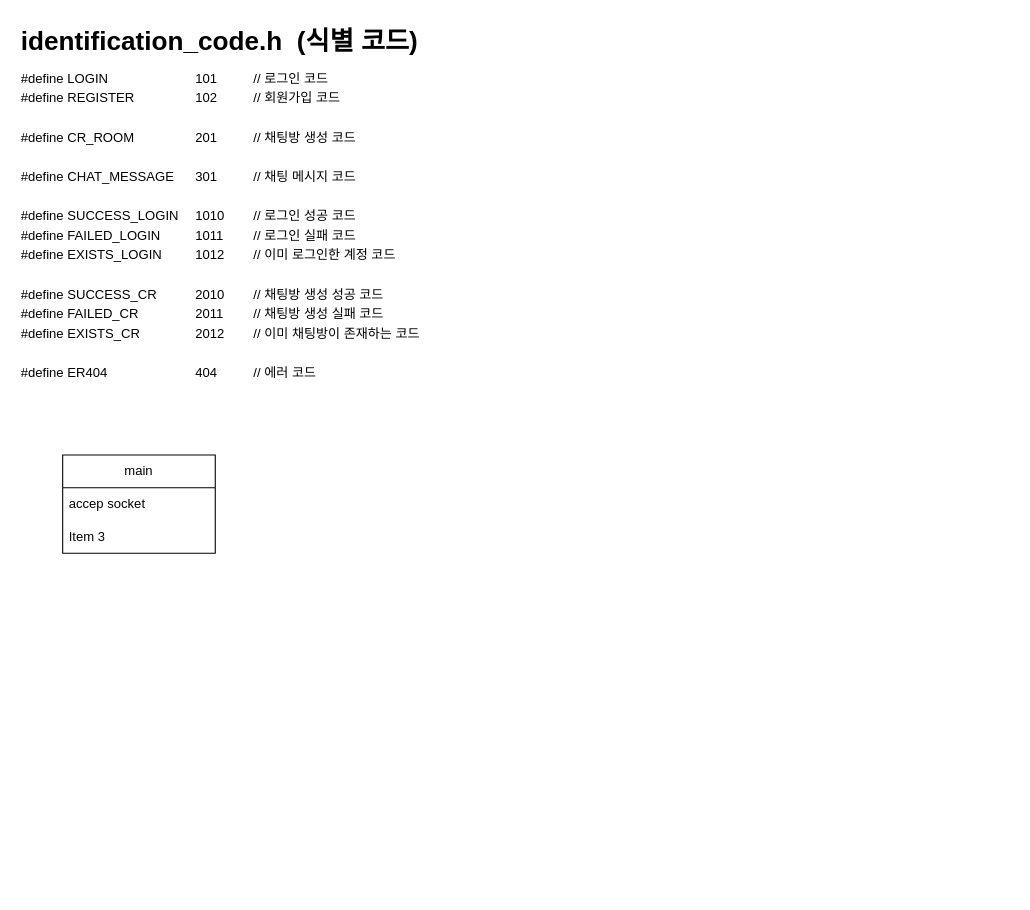
This is 0924 소켓 서버.drawio from jh051777/chat, a draw.io file, before an edit. Source tidied: cells renumbered, new cells numbered last; positions are measured from the earlier drawing's top-left corner, leaving out a move shared by most shapes. Both pictures are drawn from the tidied source at 109%, with x=0, y=0 at pixel (19, 19).
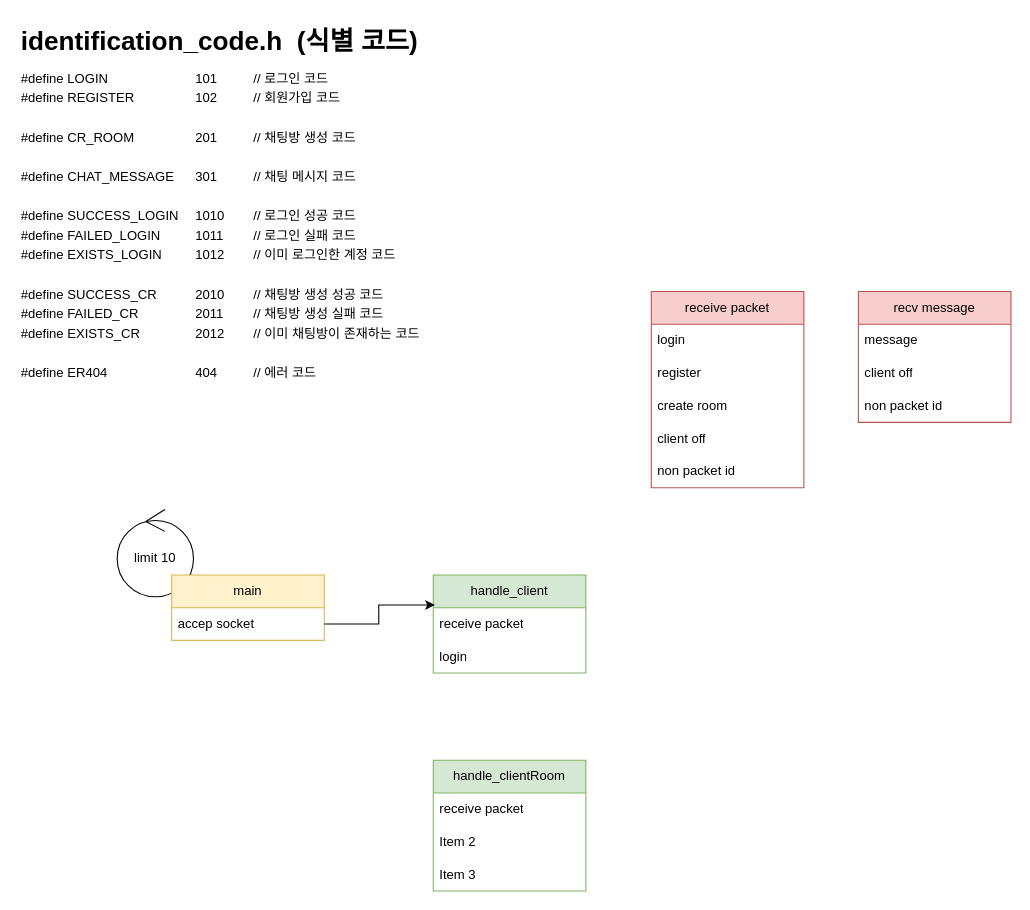
After the change.

Commit message:
0926 소켓 서버.drawio 업데이트

The change refers to these unchanged cells:
```xml
<mxCell id="3" value="accep socket" style="text;strokeColor=none;fillColor=none;align=left;verticalAlign=middle;spacingLeft=4;spacingRight=4;overflow=hidden;points=[[0,0.5],[1,0.5]];portConstraint=eastwest;whiteSpace=wrap;html=1;" parent="2" vertex="1">
  <mxGeometry y="30" width="140" height="30" as="geometry" />
</mxCell>
```

The edit, as a diff of the source:
```diff
@@
+    <mxCell id="6" value="limit 10" style="ellipse;shape=umlControl;whiteSpace=wrap;html=1;" parent="1" vertex="1">
+      <mxGeometry x="90" y="450" width="70" height="80" as="geometry" />
+    </mxCell>
-    <mxCell id="2" value="main" style="swimlane;fontStyle=0;horizontal=1;startSize=30;whiteSpace=wrap;html=1;" parent="1" vertex="1">
-      <mxGeometry x="40" y="400" width="140" height="90" as="geometry" />
+    <mxCell id="2" value="main" style="swimlane;fontStyle=0;horizontal=1;startSize=30;whiteSpace=wrap;html=1;fillColor=#fff2cc;strokeColor=#d6b656;" parent="1" vertex="1">
+      <mxGeometry x="140" y="510" width="140" height="60" as="geometry" />
     </mxCell>
@@
+    <mxCell id="5" value="&lt;h1 style=&quot;margin-top: 0px;&quot;&gt;identification_code.h&amp;nbsp; (식별 코드)&lt;/h1&gt;&lt;p style=&quot;line-height: 50%;&quot;&gt;#define LOGIN&lt;span style=&quot;white-space:pre&quot;&gt;&#9;&#9;&#9;&lt;/span&gt;101&lt;span style=&quot;white-space:pre&quot;&gt;&#9;&#9;&lt;/span&gt;// 로그인 코드&lt;/p&gt;&lt;p style=&quot;line-height: 50%;&quot;&gt;#define REGISTER&lt;span style=&quot;white-space:pre&quot;&gt;&#9;&#9;&lt;span style=&quot;white-space: pre;&quot;&gt;&#9;&lt;/span&gt;&lt;/span&gt;102&lt;span style=&quot;white-space:pre&quot;&gt;&#9;&#9;&lt;/span&gt;// 회원가입 코드&lt;/p&gt;&lt;p style=&quot;line-height: 50%;&quot;&gt;&lt;br&gt;&lt;/p&gt;&lt;p style=&quot;line-height: 50%;&quot;&gt;#define CR_ROOM&lt;span style=&quot;white-space:pre&quot;&gt;&#9;&#9;&#9;&lt;/span&gt;201&lt;span style=&quot;white-space:pre&quot;&gt;&#9;&#9;&lt;/span&gt;// 채팅방 생성 코드&lt;/p&gt;&lt;p style=&quot;line-height: 50%;&quot;&gt;&lt;br&gt;&lt;/p&gt;&lt;p style=&quot;line-height: 50%;&quot;&gt;#define CHAT_MESSAGE&lt;span style=&quot;white-space:pre&quot;&gt;&#9;&lt;/span&gt;301&lt;span style=&quot;white-space:pre&quot;&gt;&#9;&#9;&lt;/span&gt;// 채팅 메시지 코드&lt;/p&gt;&lt;p style=&quot;line-height: 50%;&quot;&gt;&lt;br&gt;&lt;/p&gt;&lt;p style=&quot;line-height: 50%;&quot;&gt;#define SUCCESS_LOGIN&lt;span style=&quot;white-space:pre&quot;&gt;&#9;&lt;/span&gt;1010&lt;span style=&quot;white-space:pre&quot;&gt;&#9;&lt;/span&gt;// 로그인 성공 코드&lt;/p&gt;&lt;p style=&quot;line-height: 50%;&quot;&gt;#define FAILED_LOGIN&lt;span style=&quot;white-space: pre;&quot;&gt;&#9;&lt;/span&gt;&lt;span style=&quot;white-space:pre&quot;&gt;&#9;&lt;/span&gt;1011&lt;span style=&quot;white-space:pre&quot;&gt;&#9;&lt;/span&gt;// 로그인 실패 코드&lt;/p&gt;&lt;p style=&quot;line-height: 50%;&quot;&gt;#define EXISTS_LOGIN&lt;span style=&quot;white-space:pre&quot;&gt;&#9;&lt;span style=&quot;white-space: pre;&quot;&gt;&#9;&lt;/span&gt;&lt;/span&gt;1012&lt;span style=&quot;white-space:pre&quot;&gt;&#9;&lt;/span&gt;// 이미 로그인한 계정 코드&lt;/p&gt;&lt;p style=&quot;line-height: 50%;&quot;&gt;&lt;br&gt;&lt;/p&gt;&lt;p style=&quot;line-height: 50%;&quot;&gt;#define SUCCESS_CR&lt;span style=&quot;white-space:pre&quot;&gt;&#9;&#9;&lt;/span&gt;2010&lt;span style=&quot;white-space:pre&quot;&gt;&#9;&lt;/span&gt;// 채팅방 생성 성공 코드&lt;/p&gt;&lt;p style=&quot;line-height: 50%;&quot;&gt;#define FAILED_CR&lt;span style=&quot;white-space:pre&quot;&gt;&#9;&#9;&lt;/span&gt;2011&lt;span style=&quot;white-space:pre&quot;&gt;&#9;&lt;/span&gt;// 채팅방 생성 실패 코드&lt;/p&gt;&lt;p style=&quot;line-height: 50%;&quot;&gt;#define EXISTS_CR&lt;span style=&quot;white-space:pre&quot;&gt;&#9;&#9;&lt;/span&gt;2012&lt;span style=&quot;white-space:pre&quot;&gt;&#9;&lt;/span&gt;// 이미 채팅방이 존재하는 코드&lt;/p&gt;&lt;p style=&quot;line-height: 50%;&quot;&gt;&lt;br&gt;&lt;/p&gt;&lt;p style=&quot;line-height: 50%;&quot;&gt;#define ER404&lt;span style=&quot;white-space:pre&quot;&gt;&#9;&#9;&#9;&lt;/span&gt;404&lt;span style=&quot;white-space:pre&quot;&gt;&#9;&#9;&lt;/span&gt;// 에러 코드&lt;/p&gt;" style="text;html=1;whiteSpace=wrap;overflow=hidden;rounded=0;" parent="1" vertex="1">
+      <mxGeometry width="400" height="330" as="geometry" />
+    </mxCell>
+    <mxCell id="7" value="handle_client" style="swimlane;fontStyle=0;horizontal=1;startSize=30;whiteSpace=wrap;html=1;fillColor=#d5e8d4;strokeColor=#82b366;" parent="1" vertex="1">
+      <mxGeometry x="380" y="510" width="140" height="90" as="geometry" />
+    </mxCell>
+    <mxCell id="8" value="receive packet" style="text;strokeColor=none;fillColor=none;align=left;verticalAlign=middle;spacingLeft=4;spacingRight=4;overflow=hidden;points=[[0,0.5],[1,0.5]];portConstraint=eastwest;whiteSpace=wrap;html=1;" parent="7" vertex="1">
+      <mxGeometry y="30" width="140" height="30" as="geometry" />
+    </mxCell>
+    <mxCell id="9" value="login" style="text;strokeColor=none;fillColor=none;align=left;verticalAlign=middle;spacingLeft=4;spacingRight=4;overflow=hidden;whiteSpace=wrap;html=1;" parent="7" vertex="1">
+      <mxGeometry y="60" width="140" height="30" as="geometry" />
+    </mxCell>
+    <mxCell id="10" value="receive packet" style="swimlane;fontStyle=0;horizontal=1;startSize=30;whiteSpace=wrap;html=1;fillColor=#f8cecc;strokeColor=#b85450;" parent="1" vertex="1">
+      <mxGeometry x="580" y="250" width="140" height="180" as="geometry" />
+    </mxCell>
+    <mxCell id="11" value="login" style="text;strokeColor=none;fillColor=none;align=left;verticalAlign=middle;spacingLeft=4;spacingRight=4;overflow=hidden;whiteSpace=wrap;html=1;" parent="10" vertex="1">
+      <mxGeometry y="30" width="140" height="30" as="geometry" />
+    </mxCell>
+    <mxCell id="12" value="register" style="text;strokeColor=none;fillColor=none;align=left;verticalAlign=middle;spacingLeft=4;spacingRight=4;overflow=hidden;whiteSpace=wrap;html=1;" parent="10" vertex="1">
+      <mxGeometry y="60" width="140" height="30" as="geometry" />
+    </mxCell>
+    <mxCell id="13" value="create room" style="text;strokeColor=none;fillColor=none;align=left;verticalAlign=middle;spacingLeft=4;spacingRight=4;overflow=hidden;whiteSpace=wrap;html=1;" parent="10" vertex="1">
+      <mxGeometry y="90" width="140" height="30" as="geometry" />
+    </mxCell>
+    <mxCell id="14" value="client off" style="text;strokeColor=none;fillColor=none;align=left;verticalAlign=middle;spacingLeft=4;spacingRight=4;overflow=hidden;whiteSpace=wrap;html=1;" parent="10" vertex="1">
+      <mxGeometry y="120" width="140" height="30" as="geometry" />
+    </mxCell>
+    <mxCell id="15" value="non packet id" style="text;strokeColor=none;fillColor=none;align=left;verticalAlign=middle;spacingLeft=4;spacingRight=4;overflow=hidden;whiteSpace=wrap;html=1;" parent="10" vertex="1">
+      <mxGeometry y="150" width="140" height="30" as="geometry" />
+    </mxCell>
+    <mxCell id="16" value="recv message" style="swimlane;fontStyle=0;horizontal=1;startSize=30;whiteSpace=wrap;html=1;fillColor=#f8cecc;strokeColor=#b85450;" parent="1" vertex="1">
+      <mxGeometry x="770" y="250" width="140" height="120" as="geometry" />
+    </mxCell>
+    <mxCell id="17" value="message" style="text;strokeColor=none;fillColor=none;align=left;verticalAlign=middle;spacingLeft=4;spacingRight=4;overflow=hidden;whiteSpace=wrap;html=1;" parent="16" vertex="1">
+      <mxGeometry y="30" width="140" height="30" as="geometry" />
+    </mxCell>
+    <mxCell id="18" value="client off" style="text;strokeColor=none;fillColor=none;align=left;verticalAlign=middle;spacingLeft=4;spacingRight=4;overflow=hidden;whiteSpace=wrap;html=1;" parent="16" vertex="1">
+      <mxGeometry y="60" width="140" height="30" as="geometry" />
+    </mxCell>
+    <mxCell id="19" value="non packet id" style="text;strokeColor=none;fillColor=none;align=left;verticalAlign=middle;spacingLeft=4;spacingRight=4;overflow=hidden;whiteSpace=wrap;html=1;" parent="16" vertex="1">
+      <mxGeometry y="90" width="140" height="30" as="geometry" />
+    </mxCell>
+    <mxCell id="20" value="handle_clientRoom" style="swimlane;fontStyle=0;horizontal=1;startSize=30;whiteSpace=wrap;html=1;fillColor=#d5e8d4;strokeColor=#82b366;" parent="1" vertex="1">
+      <mxGeometry x="380" y="680" width="140" height="120" as="geometry" />
+    </mxCell>
+    <mxCell id="21" value="receive packet" style="text;strokeColor=none;fillColor=none;align=left;verticalAlign=middle;spacingLeft=4;spacingRight=4;overflow=hidden;whiteSpace=wrap;html=1;" parent="20" vertex="1">
+      <mxGeometry y="30" width="140" height="30" as="geometry" />
+    </mxCell>
+    <mxCell id="22" value="Item 2" style="text;strokeColor=none;fillColor=none;align=left;verticalAlign=middle;spacingLeft=4;spacingRight=4;overflow=hidden;whiteSpace=wrap;html=1;" parent="20" vertex="1">
+      <mxGeometry y="60" width="140" height="30" as="geometry" />
+    </mxCell>
-    <mxCell id="4" value="Item 3" style="text;strokeColor=none;fillColor=none;align=left;verticalAlign=middle;spacingLeft=4;spacingRight=4;overflow=hidden;whiteSpace=wrap;html=1;" parent="2" vertex="1">
-      <mxGeometry y="60" width="140" height="30" as="geometry" />
+    <mxCell id="4" value="Item 3" style="text;strokeColor=none;fillColor=none;align=left;verticalAlign=middle;spacingLeft=4;spacingRight=4;overflow=hidden;whiteSpace=wrap;html=1;" parent="20" vertex="1">
+      <mxGeometry y="90" width="140" height="30" as="geometry" />
     </mxCell>
-    <mxCell id="5" value="&lt;h1 style=&quot;margin-top: 0px;&quot;&gt;identification_code.h&amp;nbsp; (식별 코드)&lt;/h1&gt;&lt;p style=&quot;line-height: 50%;&quot;&gt;#define LOGIN&lt;span style=&quot;white-space:pre&quot;&gt;&#9;&#9;&#9;&lt;/span&gt;101&lt;span style=&quot;white-space:pre&quot;&gt;&#9;&#9;&lt;/span&gt;// 로그인 코드&lt;/p&gt;&lt;p style=&quot;line-height: 50%;&quot;&gt;#define REGISTER&lt;span style=&quot;white-space:pre&quot;&gt;&#9;&#9;&lt;span style=&quot;white-space: pre;&quot;&gt;&#9;&lt;/span&gt;&lt;/span&gt;102&lt;span style=&quot;white-space:pre&quot;&gt;&#9;&#9;&lt;/span&gt;// 회원가입 코드&lt;/p&gt;&lt;p style=&quot;line-height: 50%;&quot;&gt;&lt;br&gt;&lt;/p&gt;&lt;p style=&quot;line-height: 50%;&quot;&gt;#define CR_ROOM&lt;span style=&quot;white-space:pre&quot;&gt;&#9;&#9;&#9;&lt;/span&gt;201&lt;span style=&quot;white-space:pre&quot;&gt;&#9;&#9;&lt;/span&gt;// 채팅방 생성 코드&lt;/p&gt;&lt;p style=&quot;line-height: 50%;&quot;&gt;&lt;br&gt;&lt;/p&gt;&lt;p style=&quot;line-height: 50%;&quot;&gt;#define CHAT_MESSAGE&lt;span style=&quot;white-space:pre&quot;&gt;&#9;&lt;/span&gt;301&lt;span style=&quot;white-space:pre&quot;&gt;&#9;&#9;&lt;/span&gt;// 채팅 메시지 코드&lt;/p&gt;&lt;p style=&quot;line-height: 50%;&quot;&gt;&lt;br&gt;&lt;/p&gt;&lt;p style=&quot;line-height: 50%;&quot;&gt;#define SUCCESS_LOGIN&lt;span style=&quot;white-space:pre&quot;&gt;&#9;&lt;/span&gt;1010&lt;span style=&quot;white-space:pre&quot;&gt;&#9;&lt;/span&gt;// 로그인 성공 코드&lt;/p&gt;&lt;p style=&quot;line-height: 50%;&quot;&gt;#define FAILED_LOGIN&lt;span style=&quot;white-space: pre;&quot;&gt;&#9;&lt;/span&gt;&lt;span style=&quot;white-space:pre&quot;&gt;&#9;&lt;/span&gt;1011&lt;span style=&quot;white-space:pre&quot;&gt;&#9;&lt;/span&gt;// 로그인 실패 코드&lt;/p&gt;&lt;p style=&quot;line-height: 50%;&quot;&gt;#define EXISTS_LOGIN&lt;span style=&quot;white-space:pre&quot;&gt;&#9;&lt;span style=&quot;white-space: pre;&quot;&gt;&#9;&lt;/span&gt;&lt;/span&gt;1012&lt;span style=&quot;white-space:pre&quot;&gt;&#9;&lt;/span&gt;// 이미 로그인한 계정 코드&lt;/p&gt;&lt;p style=&quot;line-height: 50%;&quot;&gt;&lt;br&gt;&lt;/p&gt;&lt;p style=&quot;line-height: 50%;&quot;&gt;#define SUCCESS_CR&lt;span style=&quot;white-space:pre&quot;&gt;&#9;&#9;&lt;/span&gt;2010&lt;span style=&quot;white-space:pre&quot;&gt;&#9;&lt;/span&gt;// 채팅방 생성 성공 코드&lt;/p&gt;&lt;p style=&quot;line-height: 50%;&quot;&gt;#define FAILED_CR&lt;span style=&quot;white-space:pre&quot;&gt;&#9;&#9;&lt;/span&gt;2011&lt;span style=&quot;white-space:pre&quot;&gt;&#9;&lt;/span&gt;// 채팅방 생성 실패 코드&lt;/p&gt;&lt;p style=&quot;line-height: 50%;&quot;&gt;#define EXISTS_CR&lt;span style=&quot;white-space:pre&quot;&gt;&#9;&#9;&lt;/span&gt;2012&lt;span style=&quot;white-space:pre&quot;&gt;&#9;&lt;/span&gt;// 이미 채팅방이 존재하는 코드&lt;/p&gt;&lt;p style=&quot;line-height: 50%;&quot;&gt;&lt;br&gt;&lt;/p&gt;&lt;p style=&quot;line-height: 50%;&quot;&gt;#define ER404&lt;span style=&quot;white-space:pre&quot;&gt;&#9;&#9;&#9;&lt;/span&gt;404&lt;span style=&quot;white-space:pre&quot;&gt;&#9;&#9;&lt;/span&gt;// 에러 코드&lt;/p&gt;" style="text;html=1;whiteSpace=wrap;overflow=hidden;rounded=0;" parent="1" vertex="1">
-      <mxGeometry width="400" height="330" as="geometry" />
-    </mxCell>
+    <mxCell id="23" style="edgeStyle=orthogonalEdgeStyle;rounded=0;jettySize=auto;html=1;exitX=1;exitY=0.5;exitDx=0;exitDy=0;entryX=0.011;entryY=-0.083;entryDx=0;entryDy=0;entryPerimeter=0;" parent="1" edge="1" source="3" target="8">
+      <mxGeometry relative="1" as="geometry" />
+    </mxCell>
```
